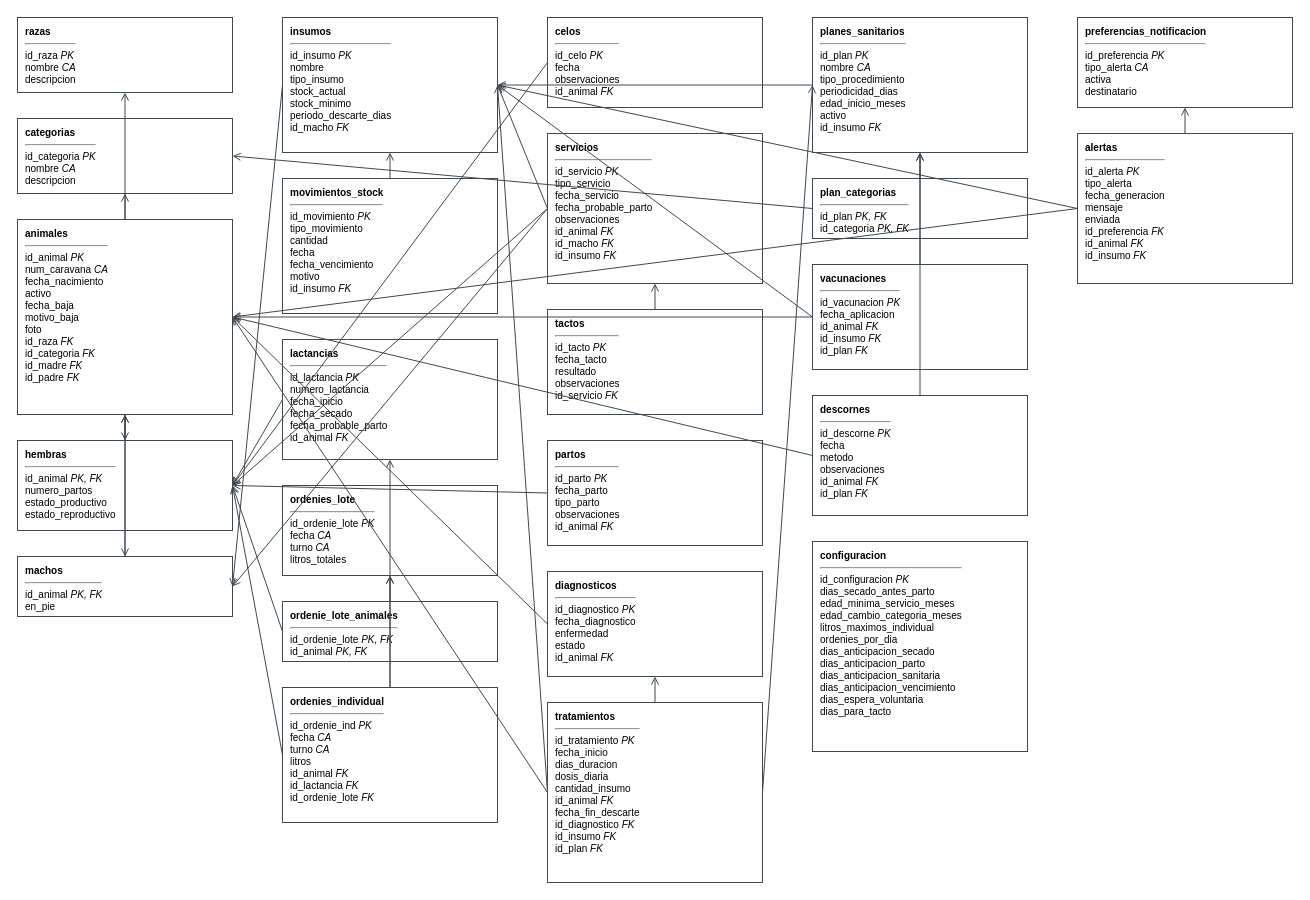
Before: docs/diagramas/modelo-entidad-relacion.drawio in santinodelmonte/Tesis, a draw.io diagram. Source tidied: cells renumbered, new cells numbered last; positions are measured from the earlier drawing's top-left corner, leaving out a move shared by most shapes. Both pictures are drawn from the tidied source at 100%, with x=0, y=0 at pixel (17, 17).
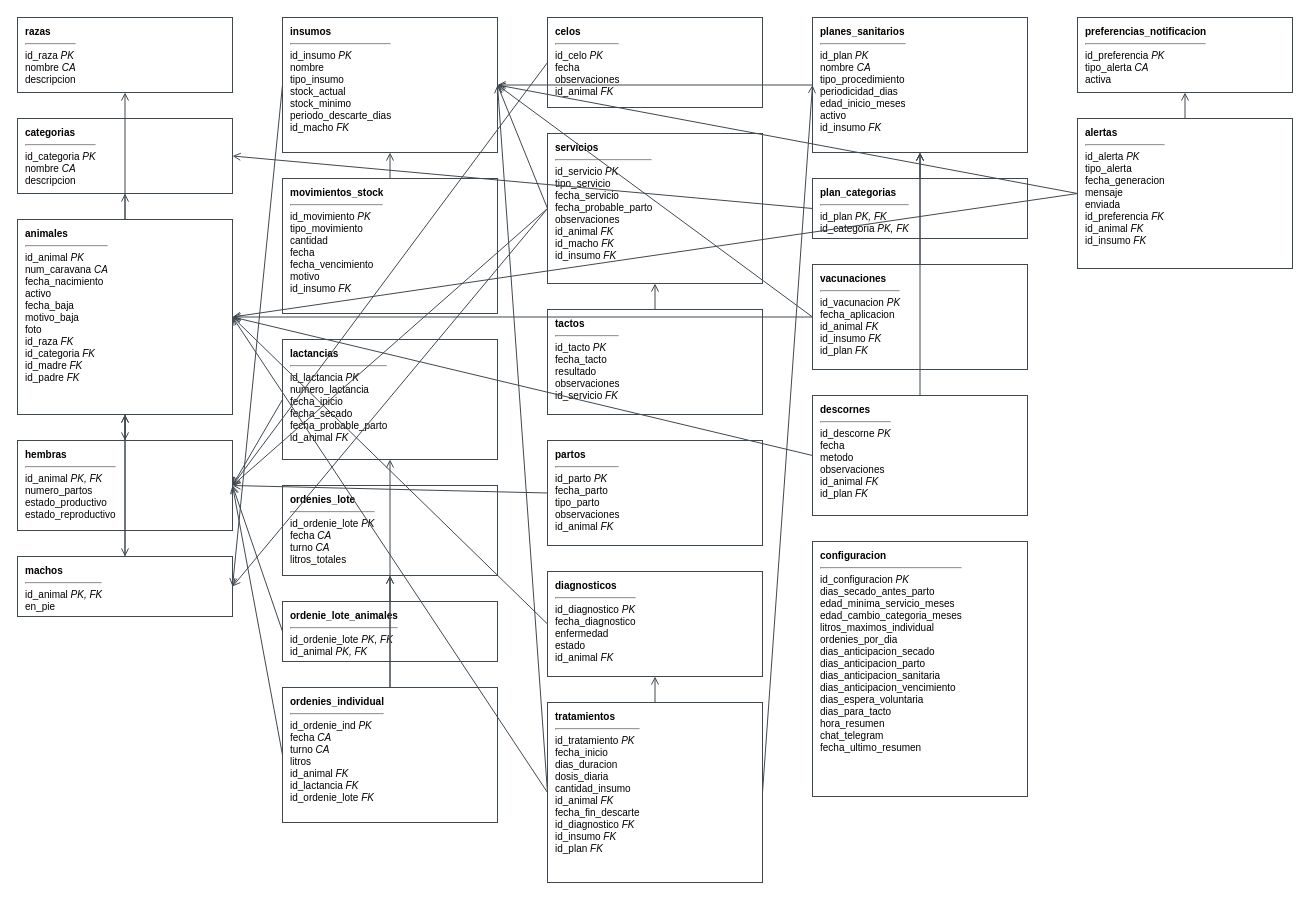
The same page after the edit.

What changed in the source:
```diff
@@
-    <mxCell id="23" value="&lt;b&gt;configuracion&lt;/b&gt;&lt;hr&gt;id_configuracion  &lt;i&gt;PK&lt;/i&gt;&lt;br&gt;dias_secado_antes_parto&lt;br&gt;edad_minima_servicio_meses&lt;br&gt;edad_cambio_categoria_meses&lt;br&gt;litros_maximos_individual&lt;br&gt;ordenies_por_dia&lt;br&gt;dias_anticipacion_secado&lt;br&gt;dias_anticipacion_parto&lt;br&gt;dias_anticipacion_sanitaria&lt;br&gt;dias_anticipacion_vencimiento&lt;br&gt;dias_espera_voluntaria&lt;br&gt;dias_para_tacto" style="rounded=0;whiteSpace=wrap;html=1;fillColor=#ffffff;strokeColor=#40484f;align=left;verticalAlign=top;spacingLeft=6;spacingTop=2;fontSize=10;" parent="1" vertex="1">
-      <mxGeometry x="795" y="524" width="215" height="210" as="geometry" />
+    <mxCell id="23" value="&lt;b&gt;configuracion&lt;/b&gt;&lt;hr&gt;id_configuracion  &lt;i&gt;PK&lt;/i&gt;&lt;br&gt;dias_secado_antes_parto&lt;br&gt;edad_minima_servicio_meses&lt;br&gt;edad_cambio_categoria_meses&lt;br&gt;litros_maximos_individual&lt;br&gt;ordenies_por_dia&lt;br&gt;dias_anticipacion_secado&lt;br&gt;dias_anticipacion_parto&lt;br&gt;dias_anticipacion_sanitaria&lt;br&gt;dias_anticipacion_vencimiento&lt;br&gt;dias_espera_voluntaria&lt;br&gt;dias_para_tacto&lt;br&gt;hora_resumen&lt;br&gt;chat_telegram&lt;br&gt;fecha_ultimo_resumen" style="rounded=0;whiteSpace=wrap;html=1;fillColor=#ffffff;strokeColor=#40484f;align=left;verticalAlign=top;spacingLeft=6;spacingTop=2;fontSize=10;" parent="1" vertex="1">
+      <mxGeometry x="795" y="524" width="215" height="255" as="geometry" />
     </mxCell>
-    <mxCell id="24" value="&lt;b&gt;preferencias_notificacion&lt;/b&gt;&lt;hr&gt;id_preferencia  &lt;i&gt;PK&lt;/i&gt;&lt;br&gt;tipo_alerta  &lt;i&gt;CA&lt;/i&gt;&lt;br&gt;activa&lt;br&gt;destinatario" style="rounded=0;whiteSpace=wrap;html=1;fillColor=#ffffff;strokeColor=#40484f;align=left;verticalAlign=top;spacingLeft=6;spacingTop=2;fontSize=10;" parent="1" vertex="1">
-      <mxGeometry x="1060" width="215" height="90" as="geometry" />
+    <mxCell id="24" value="&lt;b&gt;preferencias_notificacion&lt;/b&gt;&lt;hr&gt;id_preferencia  &lt;i&gt;PK&lt;/i&gt;&lt;br&gt;tipo_alerta  &lt;i&gt;CA&lt;/i&gt;&lt;br&gt;activa" style="rounded=0;whiteSpace=wrap;html=1;fillColor=#ffffff;strokeColor=#40484f;align=left;verticalAlign=top;spacingLeft=6;spacingTop=2;fontSize=10;" parent="1" vertex="1">
+      <mxGeometry x="1060" width="215" height="75" as="geometry" />
     </mxCell>
     <mxCell id="25" value="&lt;b&gt;alertas&lt;/b&gt;&lt;hr&gt;id_alerta  &lt;i&gt;PK&lt;/i&gt;&lt;br&gt;tipo_alerta&lt;br&gt;fecha_generacion&lt;br&gt;mensaje&lt;br&gt;enviada&lt;br&gt;id_preferencia  &lt;i&gt;FK&lt;/i&gt;&lt;br&gt;id_animal  &lt;i&gt;FK&lt;/i&gt;&lt;br&gt;id_insumo  &lt;i&gt;FK&lt;/i&gt;" style="rounded=0;whiteSpace=wrap;html=1;fillColor=#ffffff;strokeColor=#40484f;align=left;verticalAlign=top;spacingLeft=6;spacingTop=2;fontSize=10;" parent="1" vertex="1">
-      <mxGeometry x="1060" y="116" width="215" height="150" as="geometry" />
+      <mxGeometry x="1060" y="101" width="215" height="150" as="geometry" />
     </mxCell>
```
